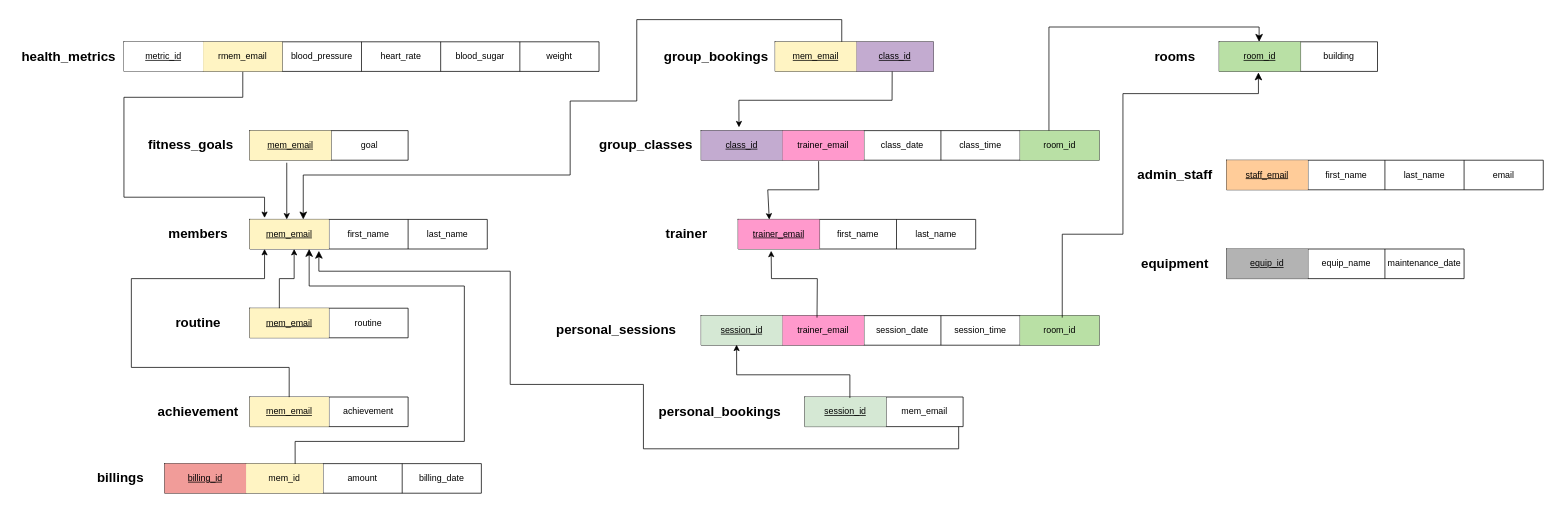
Earlier version of the draw.io diagram design_diagrams/DB_schema.drawio (Areej504/UrHealthApp). Source tidied: cells renumbered, new cells numbered last; positions are measured from the earlier drawing's top-left corner, leaving out a move shared by most shapes. Both pictures are drawn from the tidied source at 74%, with x=0, y=0 at pixel (13, 19).
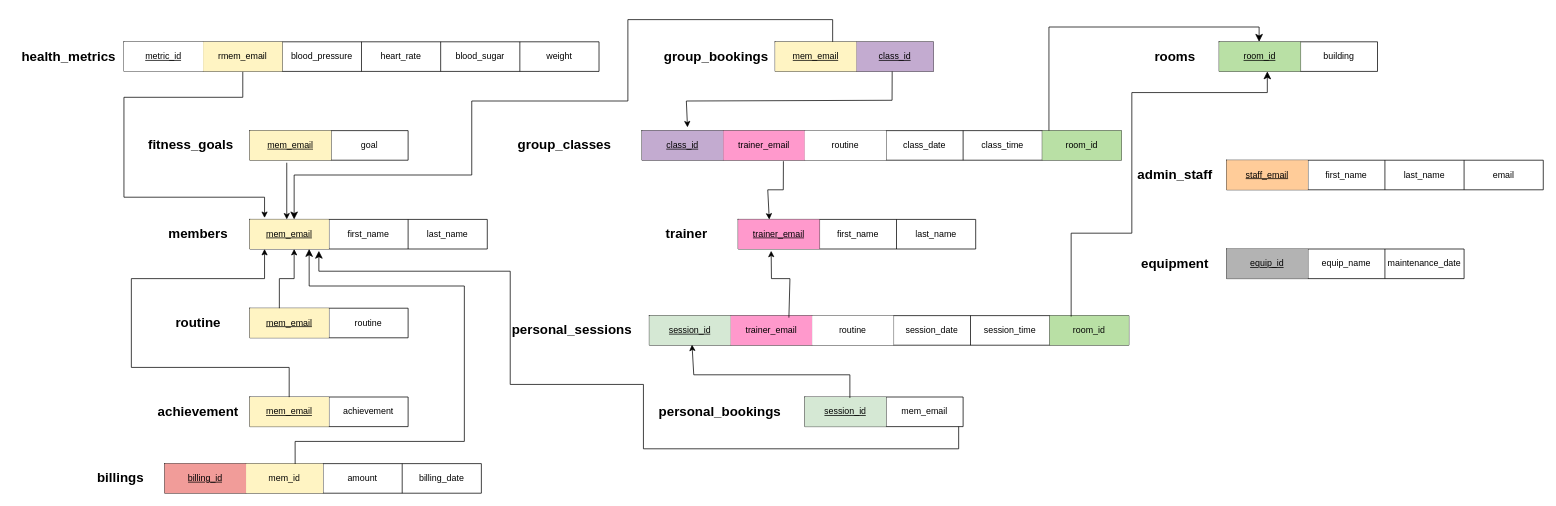
The same page after the edit.

The change refers to these unchanged cells:
```xml
<mxCell id="25" style="shape=tableRow;horizontal=0;startSize=0;swimlaneHead=0;swimlaneBody=0;strokeColor=inherit;top=0;left=0;bottom=0;right=0;fillColor=none;points=[[0,0.5],[1,0.5]];portConstraint=eastwest;" parent="24" vertex="1">
  <mxGeometry width="321" height="40" as="geometry" />
</mxCell>
<mxCell id="31" style="shape=tableRow;horizontal=0;startSize=0;swimlaneHead=0;swimlaneBody=0;strokeColor=inherit;top=0;left=0;bottom=0;right=0;fillColor=none;points=[[0,0.5],[1,0.5]];portConstraint=eastwest;" parent="30" vertex="1">
  <mxGeometry width="214" height="40" as="geometry" />
</mxCell>
<mxCell id="76" style="shape=tableRow;horizontal=0;startSize=0;swimlaneHead=0;swimlaneBody=0;strokeColor=inherit;top=0;left=0;bottom=0;right=0;fillColor=none;points=[[0,0.5],[1,0.5]];portConstraint=eastwest;" parent="75" vertex="1">
  <mxGeometry width="214" height="40" as="geometry" />
</mxCell>
<mxCell id="81" style="shape=tableRow;horizontal=0;startSize=0;swimlaneHead=0;swimlaneBody=0;strokeColor=inherit;top=0;left=0;bottom=0;right=0;fillColor=none;points=[[0,0.5],[1,0.5]];portConstraint=eastwest;" parent="80" vertex="1">
  <mxGeometry width="214" height="40" as="geometry" />
</mxCell>
```

The edit, as a diff of the source:
```diff
@@
     <mxCell id="8" style="shape=table;startSize=0;childLayout=tableLayout;" parent="1" vertex="1">
-      <mxGeometry x="930" y="400" width="538" height="40" as="geometry" />
+      <mxGeometry x="860" y="400" width="648" height="40" as="geometry" />
     </mxCell>
     <mxCell id="9" style="shape=tableRow;horizontal=0;startSize=0;swimlaneHead=0;swimlaneBody=0;strokeColor=inherit;top=0;left=0;bottom=0;right=0;fillColor=none;points=[[0,0.5],[1,0.5]];portConstraint=eastwest;" parent="8" vertex="1">
-      <mxGeometry width="538" height="40" as="geometry" />
+      <mxGeometry width="648" height="40" as="geometry" />
     </mxCell>
@@
+    <mxCell id="102" value="routine" style="shape=partialRectangle;html=1;whiteSpace=wrap;strokeColor=inherit;overflow=hidden;fillColor=#FFFFFF;top=0;left=0;bottom=0;right=0;" parent="9" vertex="1">
+      <mxGeometry x="220" width="110" height="40" as="geometry" />
+    </mxCell>
     <mxCell id="12" value="session_date" style="shape=partialRectangle;html=1;whiteSpace=wrap;strokeColor=inherit;overflow=hidden;fillColor=none;top=0;left=0;bottom=0;right=0;" parent="9" vertex="1">
-      <mxGeometry x="220" width="104" height="40" as="geometry" />
+      <mxGeometry x="330" width="104" height="40" as="geometry" />
     </mxCell>
     <mxCell id="13" value="session_time" style="shape=partialRectangle;html=1;whiteSpace=wrap;strokeColor=inherit;overflow=hidden;fillColor=none;top=0;left=0;bottom=0;right=0;" parent="9" vertex="1">
-      <mxGeometry x="324" width="107" height="40" as="geometry" />
+      <mxGeometry x="434" width="107" height="40" as="geometry" />
     </mxCell>
     <mxCell id="14" value="room_id" style="shape=partialRectangle;html=1;whiteSpace=wrap;strokeColor=inherit;overflow=hidden;fillColor=#B9E0A5;top=0;left=0;bottom=0;right=0;" parent="9" vertex="1">
-      <mxGeometry x="431" width="107" height="40" as="geometry" />
+      <mxGeometry x="541" width="107" height="40" as="geometry" />
     </mxCell>
     <mxCell id="15" value="&lt;span style=&quot;font-size: 18px;&quot;&gt;&lt;b&gt;personal_sessions&lt;/b&gt;&lt;/span&gt;" style="text;html=1;align=center;verticalAlign=middle;strokeColor=none;fillColor=none;" parent="1" vertex="1">
-      <mxGeometry x="720" y="400" width="190" height="40" as="geometry" />
+      <mxGeometry x="660" y="400" width="190" height="40" as="geometry" />
     </mxCell>
     <mxCell id="16" style="shape=table;startSize=0;childLayout=tableLayout;" parent="1" vertex="1">
-      <mxGeometry x="930" y="150" width="538" height="40" as="geometry" />
+      <mxGeometry x="850" y="150" width="648" height="40" as="geometry" />
     </mxCell>
     <mxCell id="17" style="shape=tableRow;horizontal=0;startSize=0;swimlaneHead=0;swimlaneBody=0;strokeColor=inherit;top=0;left=0;bottom=0;right=0;fillColor=none;points=[[0,0.5],[1,0.5]];portConstraint=eastwest;" parent="16" vertex="1">
-      <mxGeometry width="538" height="40" as="geometry" />
+      <mxGeometry width="648" height="40" as="geometry" />
     </mxCell>
@@
+    <mxCell id="103" value="routine" style="shape=partialRectangle;html=1;whiteSpace=wrap;strokeColor=inherit;overflow=hidden;fillColor=#FFFFFF;top=0;left=0;bottom=0;right=0;" parent="17" vertex="1">
+      <mxGeometry x="220" width="110" height="40" as="geometry" />
+    </mxCell>
     <mxCell id="20" value="class_date" style="shape=partialRectangle;html=1;whiteSpace=wrap;strokeColor=inherit;overflow=hidden;fillColor=none;top=0;left=0;bottom=0;right=0;" parent="17" vertex="1">
-      <mxGeometry x="220" width="104" height="40" as="geometry" />
+      <mxGeometry x="330" width="104" height="40" as="geometry" />
     </mxCell>
     <mxCell id="21" value="class_time" style="shape=partialRectangle;html=1;whiteSpace=wrap;strokeColor=inherit;overflow=hidden;fillColor=none;top=0;left=0;bottom=0;right=0;" parent="17" vertex="1">
-      <mxGeometry x="324" width="107" height="40" as="geometry" />
+      <mxGeometry x="434" width="107" height="40" as="geometry" />
     </mxCell>
     <mxCell id="22" value="room_id" style="shape=partialRectangle;html=1;whiteSpace=wrap;strokeColor=inherit;overflow=hidden;fillColor=#B9E0A5;top=0;left=0;bottom=0;right=0;" parent="17" vertex="1">
-      <mxGeometry x="431" width="107" height="40" as="geometry" />
+      <mxGeometry x="541" width="107" height="40" as="geometry" />
     </mxCell>
     <mxCell id="23" value="&lt;span style=&quot;font-size: 18px;&quot;&gt;&lt;b&gt;group_classes&lt;/b&gt;&lt;/span&gt;" style="text;html=1;align=center;verticalAlign=middle;strokeColor=none;fillColor=none;" parent="1" vertex="1">
-      <mxGeometry x="780" y="150" width="150" height="40" as="geometry" />
+      <mxGeometry x="670" y="150" width="150" height="40" as="geometry" />
     </mxCell>
@@
     <mxCell id="85" style="endArrow=classic;html=1;rounded=0;entryX=0.139;entryY=1.061;entryDx=0;entryDy=0;entryPerimeter=0;exitX=0.291;exitY=0.068;exitDx=0;exitDy=0;exitPerimeter=0;" parent="1" edge="1" source="9" target="25">
       <mxGeometry relative="1" as="geometry">
         <Array as="points">
-          <mxPoint x="1087" y="350" />
+          <mxPoint x="1050" y="350" />
           <mxPoint x="1025" y="350" />
         </Array>
       </mxGeometry>
     </mxCell>
     <mxCell id="86" style="endArrow=classic;html=1;rounded=0;entryX=0.131;entryY=0.004;entryDx=0;entryDy=0;entryPerimeter=0;exitX=0.295;exitY=1.032;exitDx=0;exitDy=0;exitPerimeter=0;" parent="1" edge="1" source="17" target="25">
       <mxGeometry relative="1" as="geometry">
         <Array as="points">
-          <mxPoint x="1089" y="230" />
+          <mxPoint x="1041" y="230" />
           <mxPoint x="1020" y="230" />
         </Array>
       </mxGeometry>
     </mxCell>
     <mxCell id="87" style="endArrow=classic;html=1;rounded=0;entryX=0.095;entryY=-0.111;entryDx=0;entryDy=0;entryPerimeter=0;exitX=0.739;exitY=1.004;exitDx=0;exitDy=0;exitPerimeter=0;" parent="1" edge="1" source="76" target="17">
       <mxGeometry relative="1" as="geometry">
         <Array as="points">
           <mxPoint x="1188" y="109" />
-          <mxPoint x="981" y="109" />
+          <mxPoint x="910" y="110" />
         </Array>
       </mxGeometry>
     </mxCell>
     <mxCell id="88" style="endArrow=classic;html=1;rounded=0;exitX=0.285;exitY=0.032;exitDx=0;exitDy=0;exitPerimeter=0;entryX=0.089;entryY=0.982;entryDx=0;entryDy=0;entryPerimeter=0;" parent="1" edge="1" source="81" target="9">
       <mxGeometry relative="1" as="geometry">
         <Array as="points">
           <mxPoint x="1131" y="480" />
-          <mxPoint x="978" y="480" />
+          <mxPoint x="920" y="480" />
         </Array>
       </mxGeometry>
     </mxCell>
-    <mxCell id="89" style="edgeStyle=segmentEdgeStyle;endArrow=classic;html=1;curved=0;rounded=0;endSize=8;startSize=8;entryX=0.248;entryY=0.004;entryDx=0;entryDy=0;entryPerimeter=0;" parent="1" edge="1" source="76">
+    <mxCell id="89" style="edgeStyle=segmentEdgeStyle;endArrow=classic;html=1;curved=0;rounded=0;endSize=8;startSize=8;entryX=0.248;entryY=0.004;entryDx=0;entryDy=0;entryPerimeter=0;" parent="1" edge="1">
       <mxGeometry relative="1" as="geometry">
-        <mxPoint x="392.3" y="270" as="targetPoint" />
+        <mxPoint x="1107.7" y="30" as="sourcePoint" />
+        <mxPoint x="380" y="270" as="targetPoint" />
         <Array as="points">
-          <mxPoint x="1120" />
-          <mxPoint x="843" />
-          <mxPoint x="843" y="110" />
-          <mxPoint x="753" y="110" />
-          <mxPoint x="753" y="210" />
-          <mxPoint x="392" y="210" />
+          <mxPoint x="1108" />
+          <mxPoint x="831" />
+          <mxPoint x="831" y="110" />
+          <mxPoint x="620" y="110" />
+          <mxPoint x="620" y="210" />
+          <mxPoint x="380" y="210" />
         </Array>
       </mxGeometry>
     </mxCell>
@@
-    <mxCell id="92" style="edgeStyle=segmentEdgeStyle;endArrow=classic;html=1;curved=0;rounded=0;endSize=8;startSize=8;exitX=0.907;exitY=0.068;exitDx=0;exitDy=0;exitPerimeter=0;entryX=0.248;entryY=1.036;entryDx=0;entryDy=0;entryPerimeter=0;" parent="1" edge="1" source="9" target="31">
+    <mxCell id="92" style="edgeStyle=segmentEdgeStyle;endArrow=classic;html=1;curved=0;rounded=0;endSize=8;startSize=8;exitX=0.907;exitY=0.068;exitDx=0;exitDy=0;exitPerimeter=0;entryX=0.248;entryY=1.036;entryDx=0;entryDy=0;entryPerimeter=0;" parent="1" edge="1">
       <mxGeometry relative="1" as="geometry">
+        <mxPoint x="1430" y="401.3" as="sourcePoint" />
+        <mxPoint x="1695.1" y="70" as="targetPoint" />
         <Array as="points">
-          <mxPoint x="1418" y="290" />
-          <mxPoint x="1500" y="290" />
-          <mxPoint x="1500" y="100" />
-          <mxPoint x="1683" y="100" />
+          <mxPoint x="1430" y="288.6" />
+          <mxPoint x="1512" y="288.6" />
+          <mxPoint x="1512" y="98.6" />
+          <mxPoint x="1695" y="98.6" />
         </Array>
       </mxGeometry>
     </mxCell>
```
